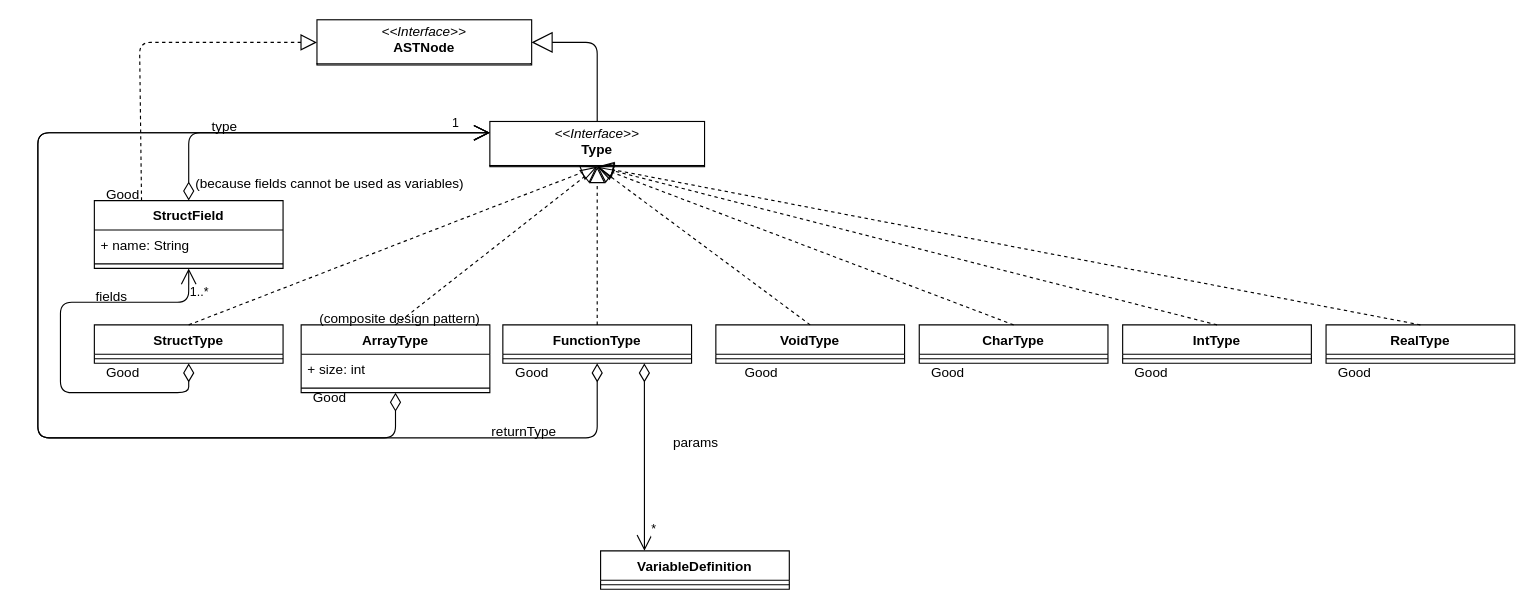
Before: diagrams/type.drawio in Diegomcha/dlp-compiler, a draw.io diagram. Source tidied: cells renumbered, new cells numbered last; positions are measured from the earlier drawing's top-left corner, leaving out a move shared by most shapes. Both pictures are drawn from the tidied source at 113%, with x=0, y=0 at pixel (37, 19).
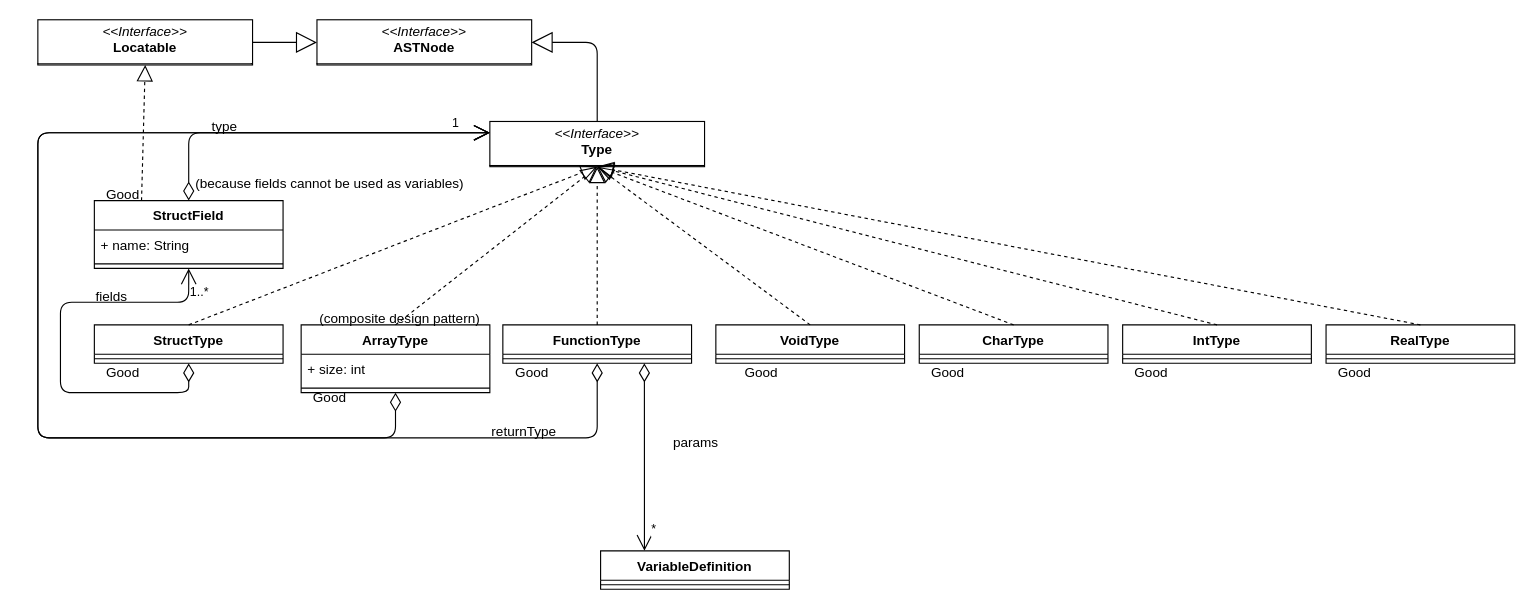
The same diagram, later.

The change refers to these unchanged cells:
```xml
<mxCell id="16" value="&lt;p style=&quot;margin:0px;margin-top:4px;text-align:center;&quot;&gt;&lt;i&gt;&amp;lt;&amp;lt;Interface&amp;gt;&amp;gt;&lt;/i&gt;&lt;br&gt;&lt;b&gt;ASTNode&lt;/b&gt;&lt;/p&gt;&lt;hr size=&quot;1&quot; style=&quot;border-style:solid;&quot;&gt;&lt;p style=&quot;margin:0px;margin-left:4px;&quot;&gt;&lt;br&gt;&lt;/p&gt;" style="verticalAlign=top;align=left;overflow=fill;html=1;whiteSpace=wrap;" parent="1" vertex="1">
  <mxGeometry x="247" width="190" height="40" as="geometry" />
</mxCell>
<mxCell id="44" value="StructField" style="swimlane;fontStyle=1;align=center;verticalAlign=top;horizontal=1;startSize=26;" parent="1" vertex="1">
  <mxGeometry x="50" y="160" width="167" height="60" as="geometry" />
</mxCell>
```

Diff of the diagram source:
```diff
@@
-    <mxCell id="52" style="endArrow=block;dashed=1;endFill=0;endSize=12;html=1;entryX=0;entryY=0.5;entryDx=0;entryDy=0;exitX=0.25;exitY=0;exitDx=0;exitDy=0;" parent="1" edge="1" source="44" target="16">
-      <mxGeometry relative="1" as="geometry">
-        <Array as="points">
-          <mxPoint x="90" y="20" />
-        </Array>
-      </mxGeometry>
+    <mxCell id="52" style="endArrow=block;dashed=1;endFill=0;endSize=12;html=1;entryX=0.5;entryY=1;entryDx=0;entryDy=0;exitX=0.25;exitY=0;exitDx=0;exitDy=0;" parent="1" edge="1" source="44" target="53">
+      <mxGeometry relative="1" as="geometry" />
     </mxCell>
+    <mxCell id="53" value="&lt;p style=&quot;margin:0px;margin-top:4px;text-align:center;&quot;&gt;&lt;i&gt;&amp;lt;&amp;lt;Interface&amp;gt;&amp;gt;&lt;/i&gt;&lt;br&gt;&lt;b&gt;Locatable&lt;/b&gt;&lt;/p&gt;&lt;hr size=&quot;1&quot; style=&quot;border-style:solid;&quot;&gt;&lt;p style=&quot;margin:0px;margin-left:4px;&quot;&gt;&lt;br&gt;&lt;/p&gt;" style="verticalAlign=top;align=left;overflow=fill;html=1;whiteSpace=wrap;" parent="1" vertex="1">
+      <mxGeometry width="190" height="40" as="geometry" />
+    </mxCell>
+    <mxCell id="54" style="endArrow=block;endSize=16;endFill=0;html=1;entryX=0;entryY=0.5;entryDx=0;entryDy=0;exitX=1;exitY=0.5;exitDx=0;exitDy=0;" parent="1" edge="1" source="53" target="16">
+      <mxGeometry relative="1" as="geometry" />
+    </mxCell>
```
